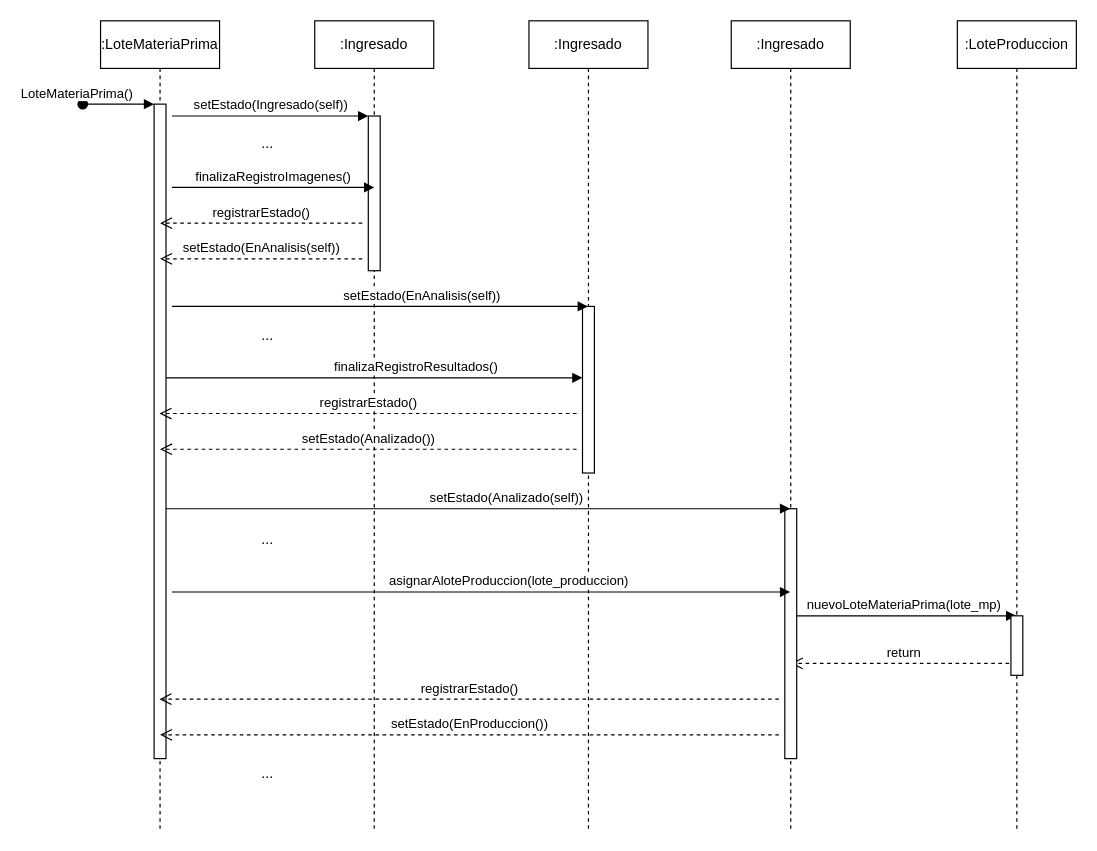
Earlier version of the draw.io diagram practica2/PR2_Secuencias.drawio (josemicode/boletines-modsis). Source tidied: cells renumbered, new cells numbered last; positions are measured from the earlier drawing's top-left corner, leaving out a move shared by most shapes. Both pictures are drawn from the tidied source at 119%, with x=0, y=0 at pixel (82, 20).
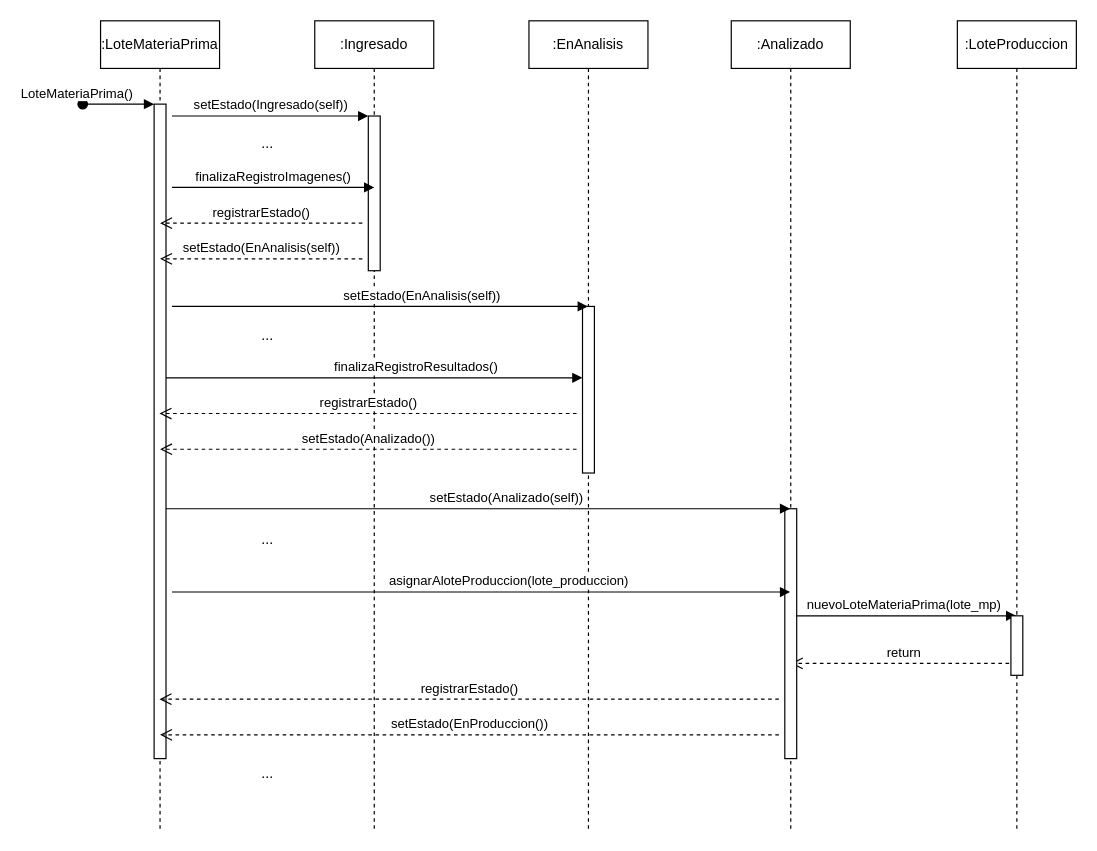
After the change.

Diff of the diagram source:
```diff
@@
-    <mxCell id="12" value=":Ingresado" style="shape=umlLifeline;perimeter=lifelinePerimeter;whiteSpace=wrap;html=1;outlineConnect=0;portConstraint=eastwest;newEdgeStyle={&quot;edgeStyle&quot;:&quot;elbowEdgeStyle&quot;,&quot;elbow&quot;:&quot;vertical&quot;,&quot;curved&quot;:0,&quot;rounded&quot;:0};" parent="1" vertex="1">
+    <mxCell id="12" value=":EnAnalisis" style="shape=umlLifeline;perimeter=lifelinePerimeter;whiteSpace=wrap;html=1;outlineConnect=0;portConstraint=eastwest;newEdgeStyle={&quot;edgeStyle&quot;:&quot;elbowEdgeStyle&quot;,&quot;elbow&quot;:&quot;vertical&quot;,&quot;curved&quot;:0,&quot;rounded&quot;:0};" parent="1" vertex="1">
       <mxGeometry x="375" width="100" height="680" as="geometry" />
     </mxCell>
@@
-    <mxCell id="21" value=":Ingresado" style="shape=umlLifeline;perimeter=lifelinePerimeter;whiteSpace=wrap;html=1;outlineConnect=0;portConstraint=eastwest;newEdgeStyle={&quot;edgeStyle&quot;:&quot;elbowEdgeStyle&quot;,&quot;elbow&quot;:&quot;vertical&quot;,&quot;curved&quot;:0,&quot;rounded&quot;:0};" parent="1" vertex="1">
+    <mxCell id="21" value=":Analizado" style="shape=umlLifeline;perimeter=lifelinePerimeter;whiteSpace=wrap;html=1;outlineConnect=0;portConstraint=eastwest;newEdgeStyle={&quot;edgeStyle&quot;:&quot;elbowEdgeStyle&quot;,&quot;elbow&quot;:&quot;vertical&quot;,&quot;curved&quot;:0,&quot;rounded&quot;:0};" parent="1" vertex="1">
       <mxGeometry x="545" width="100" height="680" as="geometry" />
     </mxCell>
```
